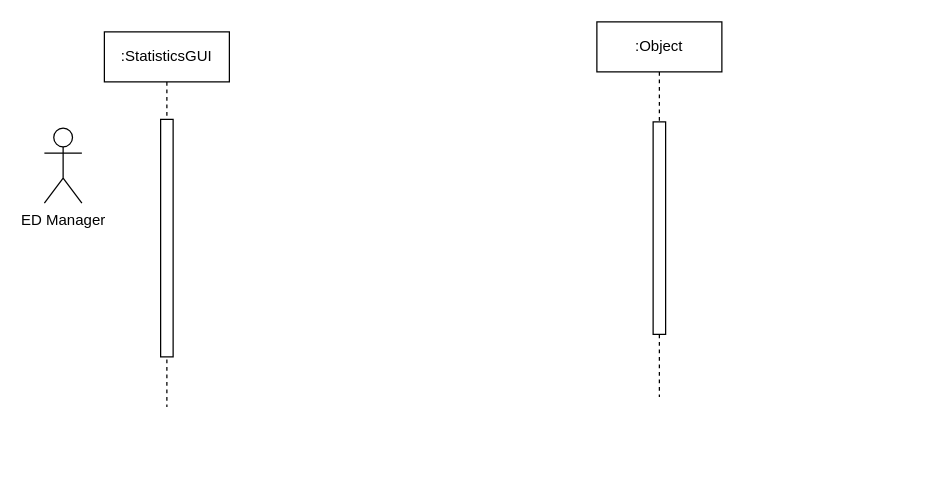
The draw.io diagram AmirWork/M2/ED_Manager_SequenceDiagram.drawio in SENG-350-2024-fall/Team9, before the edit. Source tidied: cells renumbered, new cells numbered last; positions are measured from the earlier drawing's top-left corner, leaving out a move shared by most shapes. Both pictures are drawn from the tidied source at 125%, with x=0, y=0 at pixel (44, 21).
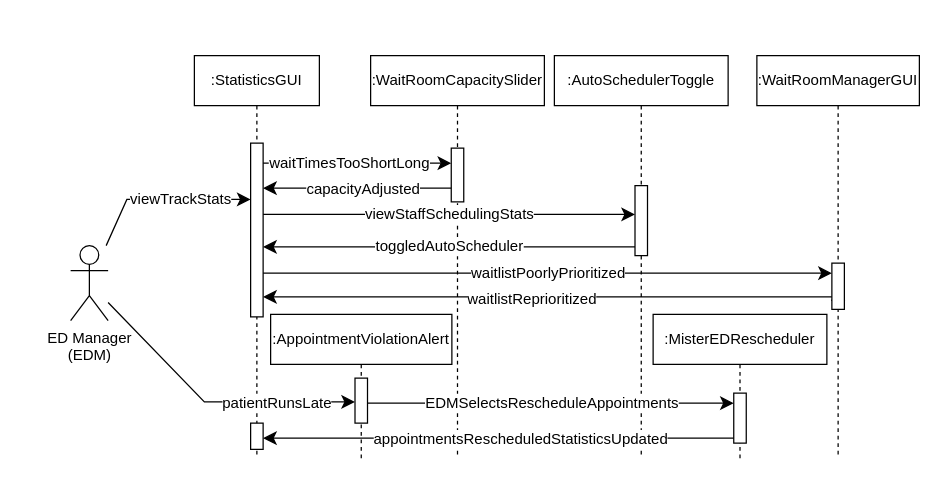
Above is the later version.

What changed in the source:
```diff
@@
+    <mxCell id="7" style="rounded=0;whiteSpace=wrap;html=1;strokeColor=none;" parent="1" vertex="1">
+      <mxGeometry x="552" y="23" width="156" height="331" as="geometry" />
+    </mxCell>
+    <mxCell id="8" style="rounded=0;whiteSpace=wrap;html=1;strokeColor=none;" parent="1" vertex="1">
+      <mxGeometry x="-5" y="23" width="151" height="271" as="geometry" />
+    </mxCell>
     <mxCell id="2" value=":StatisticsGUI" style="shape=umlLifeline;perimeter=lifelinePerimeter;whiteSpace=wrap;html=1;newEdgeStyle={&quot;edgeStyle&quot;:&quot;elbowEdgeStyle&quot;,&quot;elbow&quot;:&quot;vertical&quot;,&quot;curved&quot;:0,&quot;rounded&quot;:0};" parent="1" vertex="1">
-      <mxGeometry x="48" y="8" width="100" height="300" as="geometry" />
+      <mxGeometry x="120" y="27" width="100" height="322" as="geometry" />
     </mxCell>
     <mxCell id="3" style="html=1;points=[];perimeter=orthogonalPerimeter;outlineConnect=0;targetShapes=umlLifeline;portConstraint=eastwest;newEdgeStyle={&quot;edgeStyle&quot;:&quot;elbowEdgeStyle&quot;,&quot;elbow&quot;:&quot;vertical&quot;,&quot;curved&quot;:0,&quot;rounded&quot;:0};" parent="2" vertex="1">
-      <mxGeometry x="45" y="70" width="10" height="190" as="geometry" />
+      <mxGeometry x="45" y="70" width="10" height="139" as="geometry" />
     </mxCell>
+    <mxCell id="9" style="html=1;points=[];perimeter=orthogonalPerimeter;outlineConnect=0;targetShapes=umlLifeline;portConstraint=eastwest;newEdgeStyle={&quot;edgeStyle&quot;:&quot;elbowEdgeStyle&quot;,&quot;elbow&quot;:&quot;vertical&quot;,&quot;curved&quot;:0,&quot;rounded&quot;:0};" parent="2" vertex="1">
+      <mxGeometry x="45" y="294" width="10" height="21" as="geometry" />
+    </mxCell>
-    <mxCell id="4" value=":Object" style="shape=umlLifeline;perimeter=lifelinePerimeter;whiteSpace=wrap;html=1;newEdgeStyle={&quot;edgeStyle&quot;:&quot;elbowEdgeStyle&quot;,&quot;elbow&quot;:&quot;vertical&quot;,&quot;curved&quot;:0,&quot;rounded&quot;:0};" parent="1" vertex="1">
-      <mxGeometry x="442" width="100" height="300" as="geometry" />
+    <mxCell id="4" value=":WaitRoomCapacitySlider" style="shape=umlLifeline;perimeter=lifelinePerimeter;whiteSpace=wrap;html=1;newEdgeStyle={&quot;edgeStyle&quot;:&quot;elbowEdgeStyle&quot;,&quot;elbow&quot;:&quot;vertical&quot;,&quot;curved&quot;:0,&quot;rounded&quot;:0};" parent="1" vertex="1">
+      <mxGeometry x="261" y="27" width="139" height="320" as="geometry" />
     </mxCell>
     <mxCell id="5" style="html=1;points=[];perimeter=orthogonalPerimeter;outlineConnect=0;targetShapes=umlLifeline;portConstraint=eastwest;newEdgeStyle={&quot;edgeStyle&quot;:&quot;elbowEdgeStyle&quot;,&quot;elbow&quot;:&quot;vertical&quot;,&quot;curved&quot;:0,&quot;rounded&quot;:0};" parent="4" vertex="1">
-      <mxGeometry x="45" y="80" width="10" height="170" as="geometry" />
+      <mxGeometry x="64.5" y="74" width="10" height="43" as="geometry" />
     </mxCell>
+    <mxCell id="10" style="edgeStyle=none;curved=0;rounded=0;jettySize=auto;html=1;fontSize=12;startSize=8;endSize=8;" parent="1" edge="1" source="6" target="3">
+      <mxGeometry x="-0.02" y="4" relative="1" as="geometry">
+        <Array as="points">
+          <mxPoint x="66" y="142" />
+        </Array>
+      </mxGeometry>
+    </mxCell>
+    <mxCell id="11" value="viewTrackStats" style="edgeLabel;html=1;align=center;verticalAlign=middle;fontSize=12;" parent="10" vertex="1">
+      <mxGeometry x="0.09" y="-1" relative="1" as="geometry">
+        <mxPoint x="7" y="-2" as="offset" />
+      </mxGeometry>
+    </mxCell>
+    <mxCell id="12" style="edgeStyle=none;curved=0;rounded=0;jettySize=auto;html=1;fontSize=12;startSize=8;endSize=8;" parent="1" edge="1" source="6" target="31">
+      <mxGeometry relative="1" as="geometry">
+        <Array as="points">
+          <mxPoint x="128" y="304" />
+        </Array>
+      </mxGeometry>
+    </mxCell>
+    <mxCell id="13" value="patientRunsLate" style="edgeLabel;html=1;align=center;verticalAlign=middle;fontSize=12;" parent="12" vertex="1">
+      <mxGeometry x="0.18" y="-1" relative="1" as="geometry">
+        <mxPoint x="32" y="-1" as="offset" />
+      </mxGeometry>
+    </mxCell>
-    <mxCell id="6" value="ED Manager" style="shape=umlActor;verticalLabelPosition=bottom;verticalAlign=top;html=1;outlineConnect=0;" parent="1" vertex="1">
-      <mxGeometry y="85" width="30" height="60" as="geometry" />
+    <mxCell id="6" value="ED Manager&lt;div&gt;(EDM)&lt;/div&gt;" style="shape=umlActor;verticalLabelPosition=bottom;verticalAlign=top;html=1;outlineConnect=0;" parent="1" vertex="1">
+      <mxGeometry x="21" y="179" width="30" height="60" as="geometry" />
     </mxCell>
+    <mxCell id="14" style="edgeStyle=elbowEdgeStyle;curved=0;rounded=0;jettySize=auto;html=1;elbow=vertical;fontSize=12;startSize=8;endSize=8;" parent="1" edge="1" source="3" target="5">
+      <mxGeometry relative="1" as="geometry">
+        <Array as="points">
+          <mxPoint x="227" y="113" />
+        </Array>
+      </mxGeometry>
+    </mxCell>
+    <mxCell id="15" value="waitTimesTooShortLong" style="edgeLabel;html=1;align=center;verticalAlign=middle;fontSize=12;" parent="14" vertex="1">
+      <mxGeometry x="0.2" y="1" relative="1" as="geometry">
+        <mxPoint x="-22" as="offset" />
+      </mxGeometry>
+    </mxCell>
+    <mxCell id="16" style="edgeStyle=elbowEdgeStyle;curved=0;rounded=0;jettySize=auto;html=1;elbow=vertical;fontSize=12;startSize=8;endSize=8;" parent="1" edge="1" source="5" target="3">
+      <mxGeometry relative="1" as="geometry">
+        <Array as="points">
+          <mxPoint x="249" y="133" />
+        </Array>
+      </mxGeometry>
+    </mxCell>
+    <mxCell id="17" value="capacityAdjusted" style="edgeLabel;html=1;align=center;verticalAlign=middle;fontSize=12;" parent="16" vertex="1">
+      <mxGeometry x="-0.05" relative="1" as="geometry" />
+    </mxCell>
+    <mxCell id="18" value=":AutoSchedulerToggle" style="shape=umlLifeline;perimeter=lifelinePerimeter;whiteSpace=wrap;html=1;newEdgeStyle={&quot;edgeStyle&quot;:&quot;elbowEdgeStyle&quot;,&quot;elbow&quot;:&quot;vertical&quot;,&quot;curved&quot;:0,&quot;rounded&quot;:0};" parent="1" vertex="1">
+      <mxGeometry x="408" y="27" width="139" height="319" as="geometry" />
+    </mxCell>
+    <mxCell id="19" style="html=1;points=[];perimeter=orthogonalPerimeter;outlineConnect=0;targetShapes=umlLifeline;portConstraint=eastwest;newEdgeStyle={&quot;edgeStyle&quot;:&quot;elbowEdgeStyle&quot;,&quot;elbow&quot;:&quot;vertical&quot;,&quot;curved&quot;:0,&quot;rounded&quot;:0};" parent="18" vertex="1">
+      <mxGeometry x="64.5" y="104" width="10" height="56" as="geometry" />
+    </mxCell>
+    <mxCell id="20" value="viewStaffSchedulingStats" style="edgeStyle=elbowEdgeStyle;curved=0;rounded=0;jettySize=auto;html=1;elbow=vertical;fontSize=12;startSize=8;endSize=8;" parent="1" edge="1" source="3" target="19">
+      <mxGeometry relative="1" as="geometry">
+        <Array as="points">
+          <mxPoint x="329" y="154" />
+        </Array>
+      </mxGeometry>
+    </mxCell>
+    <mxCell id="21" value="toggledAutoScheduler" style="edgeStyle=elbowEdgeStyle;curved=0;rounded=0;jettySize=auto;html=1;elbow=vertical;fontSize=12;startSize=8;endSize=8;" parent="1" edge="1" source="19" target="3">
+      <mxGeometry relative="1" as="geometry">
+        <Array as="points">
+          <mxPoint x="330" y="180" />
+        </Array>
+      </mxGeometry>
+    </mxCell>
+    <mxCell id="22" value=":WaitRoomManagerGUI" style="shape=umlLifeline;perimeter=lifelinePerimeter;whiteSpace=wrap;html=1;outlineConnect=0;portConstraint=eastwest;newEdgeStyle={&quot;edgeStyle&quot;:&quot;elbowEdgeStyle&quot;,&quot;elbow&quot;:&quot;vertical&quot;,&quot;curved&quot;:0,&quot;rounded&quot;:0};" parent="1" vertex="1">
+      <mxGeometry x="570" y="27" width="130" height="322" as="geometry" />
+    </mxCell>
+    <mxCell id="23" style="edgeStyle=elbowEdgeStyle;curved=0;rounded=0;jettySize=auto;html=1;elbow=vertical;fontSize=12;startSize=8;endSize=8;" parent="22" edge="1" source="26" target="22">
+      <mxGeometry relative="1" as="geometry" />
+    </mxCell>
+    <mxCell id="24" style="edgeStyle=elbowEdgeStyle;curved=0;rounded=0;jettySize=auto;html=1;elbow=vertical;fontSize=12;startSize=8;endSize=8;" parent="22" edge="1" source="26" target="22">
+      <mxGeometry relative="1" as="geometry" />
+    </mxCell>
+    <mxCell id="25" style="edgeStyle=elbowEdgeStyle;curved=0;rounded=0;jettySize=auto;html=1;elbow=vertical;fontSize=12;startSize=8;endSize=8;" parent="22" edge="1" source="26" target="22">
+      <mxGeometry relative="1" as="geometry" />
+    </mxCell>
+    <mxCell id="26" style="html=1;points=[];perimeter=orthogonalPerimeter;outlineConnect=0;targetShapes=umlLifeline;portConstraint=eastwest;newEdgeStyle={&quot;edgeStyle&quot;:&quot;elbowEdgeStyle&quot;,&quot;elbow&quot;:&quot;vertical&quot;,&quot;curved&quot;:0,&quot;rounded&quot;:0};" parent="22" vertex="1">
+      <mxGeometry x="60" y="166" width="10" height="37" as="geometry" />
+    </mxCell>
+    <mxCell id="27" value="waitlistPoorlyPrioritized" style="edgeStyle=elbowEdgeStyle;curved=0;rounded=0;jettySize=auto;html=1;elbow=vertical;fontSize=12;startSize=8;endSize=8;" parent="1" edge="1" source="3" target="26">
+      <mxGeometry relative="1" as="geometry">
+        <Array as="points">
+          <mxPoint x="394" y="201" />
+        </Array>
+      </mxGeometry>
+    </mxCell>
+    <mxCell id="28" style="edgeStyle=elbowEdgeStyle;curved=0;rounded=0;jettySize=auto;html=1;elbow=vertical;fontSize=12;startSize=8;endSize=8;" parent="1" edge="1" source="26" target="3">
+      <mxGeometry relative="1" as="geometry">
+        <Array as="points">
+          <mxPoint x="399" y="220" />
+        </Array>
+      </mxGeometry>
+    </mxCell>
+    <mxCell id="29" value="waitlistReprioritized" style="edgeLabel;html=1;align=center;verticalAlign=middle;fontSize=12;" parent="28" vertex="1">
+      <mxGeometry x="0.06" y="1" relative="1" as="geometry" />
+    </mxCell>
+    <mxCell id="30" value=":AppointmentViolationAlert" style="shape=umlLifeline;perimeter=lifelinePerimeter;whiteSpace=wrap;html=1;newEdgeStyle={&quot;edgeStyle&quot;:&quot;elbowEdgeStyle&quot;,&quot;elbow&quot;:&quot;vertical&quot;,&quot;curved&quot;:0,&quot;rounded&quot;:0};" parent="1" vertex="1">
+      <mxGeometry x="181" y="234" width="145" height="116" as="geometry" />
+    </mxCell>
+    <mxCell id="31" style="html=1;points=[];perimeter=orthogonalPerimeter;outlineConnect=0;targetShapes=umlLifeline;portConstraint=eastwest;newEdgeStyle={&quot;edgeStyle&quot;:&quot;elbowEdgeStyle&quot;,&quot;elbow&quot;:&quot;vertical&quot;,&quot;curved&quot;:0,&quot;rounded&quot;:0};" parent="30" vertex="1">
+      <mxGeometry x="67.5" y="51" width="10" height="36" as="geometry" />
+    </mxCell>
+    <mxCell id="32" value=":MisterEDRescheduler" style="shape=umlLifeline;perimeter=lifelinePerimeter;whiteSpace=wrap;html=1;newEdgeStyle={&quot;edgeStyle&quot;:&quot;elbowEdgeStyle&quot;,&quot;elbow&quot;:&quot;vertical&quot;,&quot;curved&quot;:0,&quot;rounded&quot;:0};" parent="1" vertex="1">
+      <mxGeometry x="487" y="234" width="139" height="117" as="geometry" />
+    </mxCell>
+    <mxCell id="33" style="html=1;points=[];perimeter=orthogonalPerimeter;outlineConnect=0;targetShapes=umlLifeline;portConstraint=eastwest;newEdgeStyle={&quot;edgeStyle&quot;:&quot;elbowEdgeStyle&quot;,&quot;elbow&quot;:&quot;vertical&quot;,&quot;curved&quot;:0,&quot;rounded&quot;:0};" parent="32" vertex="1">
+      <mxGeometry x="64.5" y="63" width="10" height="40" as="geometry" />
+    </mxCell>
+    <mxCell id="34" value="EDMSelectsRescheduleAppointments" style="edgeStyle=elbowEdgeStyle;curved=0;rounded=0;jettySize=auto;html=1;elbow=vertical;fontSize=12;startSize=8;endSize=8;" parent="1" edge="1" source="31" target="33">
+      <mxGeometry relative="1" as="geometry">
+        <Array as="points">
+          <mxPoint x="403" y="305" />
+        </Array>
+      </mxGeometry>
+    </mxCell>
+    <mxCell id="35" style="edgeStyle=elbowEdgeStyle;curved=0;rounded=0;jettySize=auto;html=1;elbow=vertical;fontSize=12;startSize=8;endSize=8;" parent="1" edge="1" source="33" target="9">
+      <mxGeometry relative="1" as="geometry">
+        <Array as="points">
+          <mxPoint x="367" y="333" />
+        </Array>
+      </mxGeometry>
+    </mxCell>
+    <mxCell id="36" value="appointmentsRescheduledStatisticsUpdated" style="edgeLabel;html=1;align=center;verticalAlign=middle;fontSize=12;" parent="35" vertex="1">
+      <mxGeometry x="-0.09" relative="1" as="geometry" />
+    </mxCell>
```
